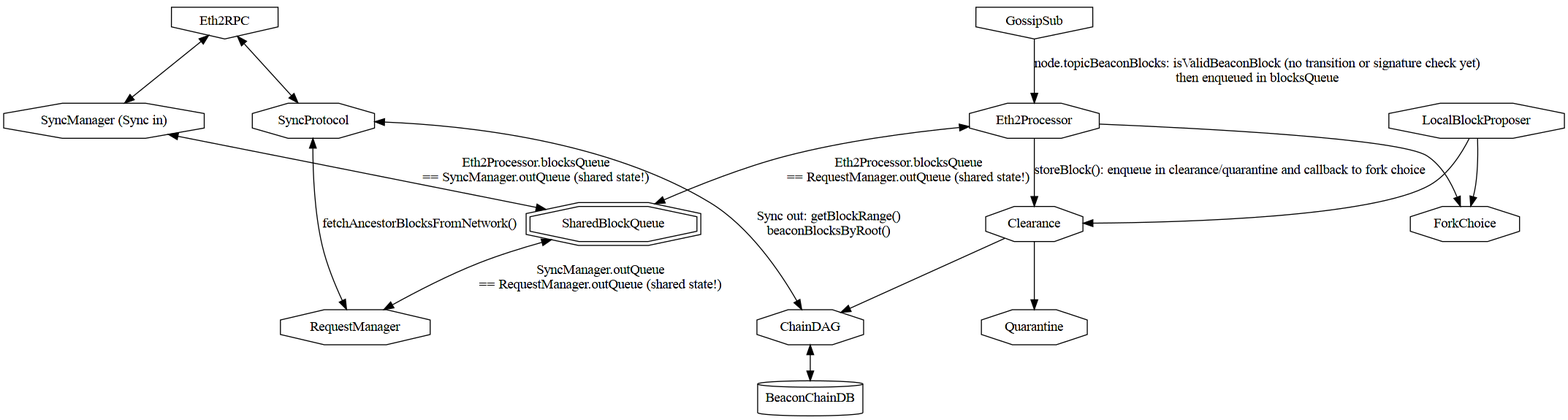
This is docs/block_flow.png from status-im/nimbus-eth2, a Graphviz export, as it was before one commit. Its source is kept beside it as docs/block_flow.dot.
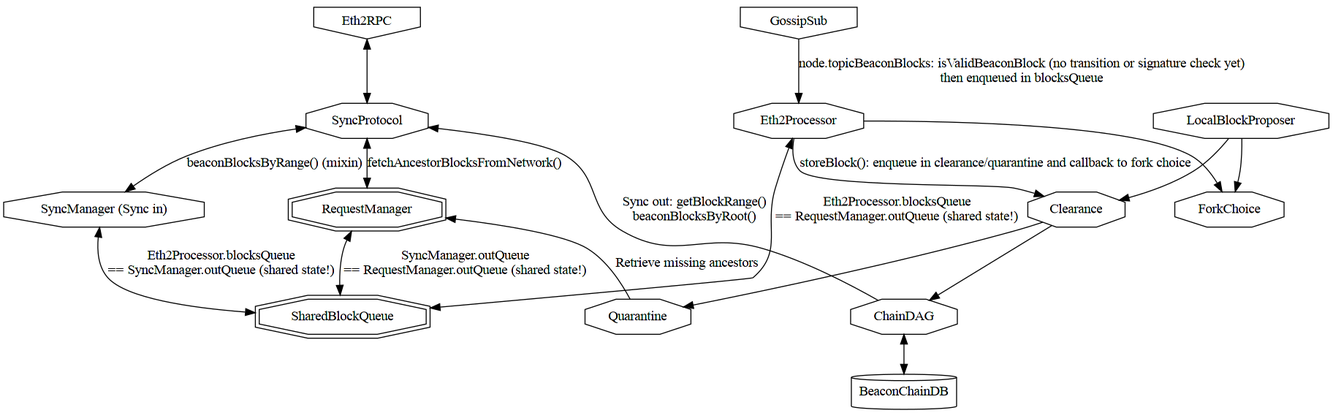
The same diagram one commit later.

Commit message:
address review comments [skip ci]

What changed in the source:
```diff
@@ -3,13 +3,13 @@
   node [shape = octagon]; SyncManager SyncProtocol;
   SyncManager [label="SyncManager (Sync in)"];
   node [shape = doubleoctagon] SharedBlockQueue;
-  {rank = same; SyncManager SyncProtocol;}
+  {rank = same; SyncManager RequestManager;}
 
   node [shape = octagon]; Eth2Processor RequestManager;
   node [shape = octagon]; ChainDAG Quarantine Clearance;
 
-  Eth2RPC -> SyncManager [dir=both]
   Eth2RPC -> SyncProtocol [dir=both]
+  SyncProtocol -> SyncManager [dir=both, label="beaconBlocksByRange() (mixin)"]
 
   GossipSub -> Eth2Processor [label="node.topicBeaconBlocks: isValidBeaconBlock (no transition or signature check yet)\nthen enqueued in blocksQueue"];
   Eth2Processor -> Clearance [label="storeBlock(): enqueue in clearance/quarantine and callback to fork choice"];
@@ -21,7 +21,7 @@
 
   LocalBlockProposer -> Clearance
 
-  RequestManager -> Quarantine [dir=both, label="Retrieve missing ancestors"]
+  RequestManager -> Quarantine [dir=back, label="Retrieve missing ancestors"]
   Clearance -> Quarantine
   Clearance -> ChainDAG
 
@@ -31,5 +31,5 @@
   node [shape = cylinder]; BeaconChainDB;
   ChainDAG -> BeaconChainDB [dir=both]
 
-  SyncProtocol -> ChainDAG [dir=both, label="Sync out: getBlockRange()\nbeaconBlocksByRoot()\n"]
+  SyncProtocol -> ChainDAG [dir=back, label="Sync out: getBlockRange()\nbeaconBlocksByRoot()\n"]
 }
```
